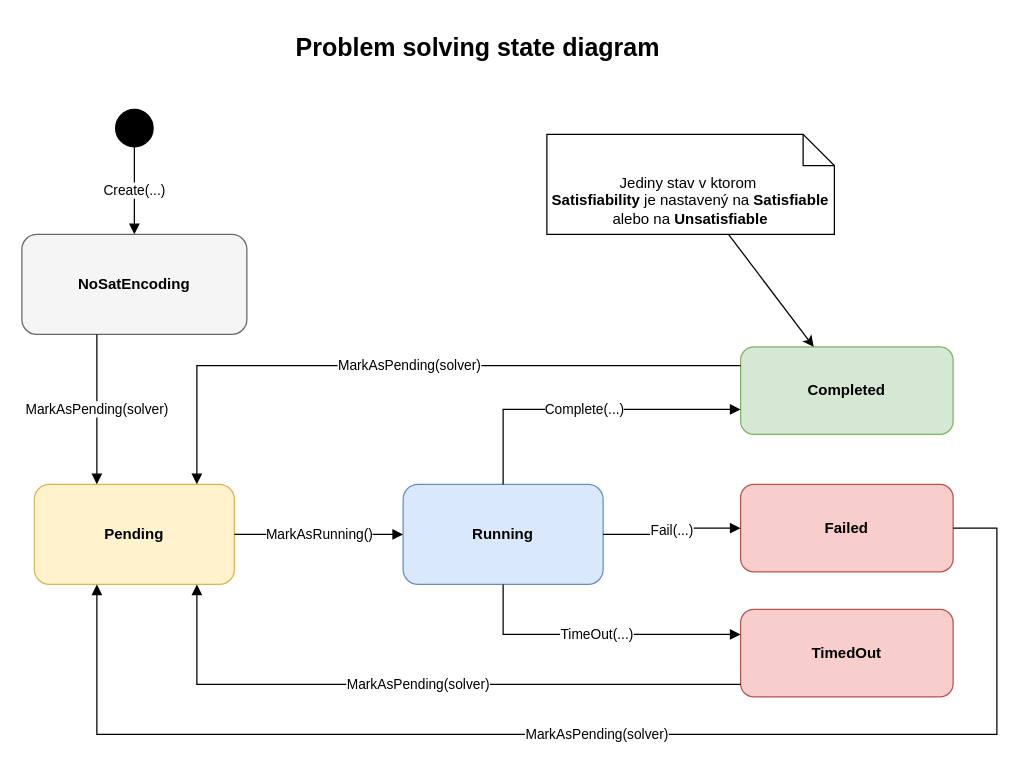
The draw.io diagram img/problem_state_diagram.drawio in vladyslav-pyrch/bc-thesis, before the edit. Source tidied: cells renumbered, new cells numbered last; positions are measured from the earlier drawing's top-left corner, leaving out a move shared by most shapes. Both pictures are drawn from the tidied source at 125%, with x=0, y=0 at pixel (21, 21).
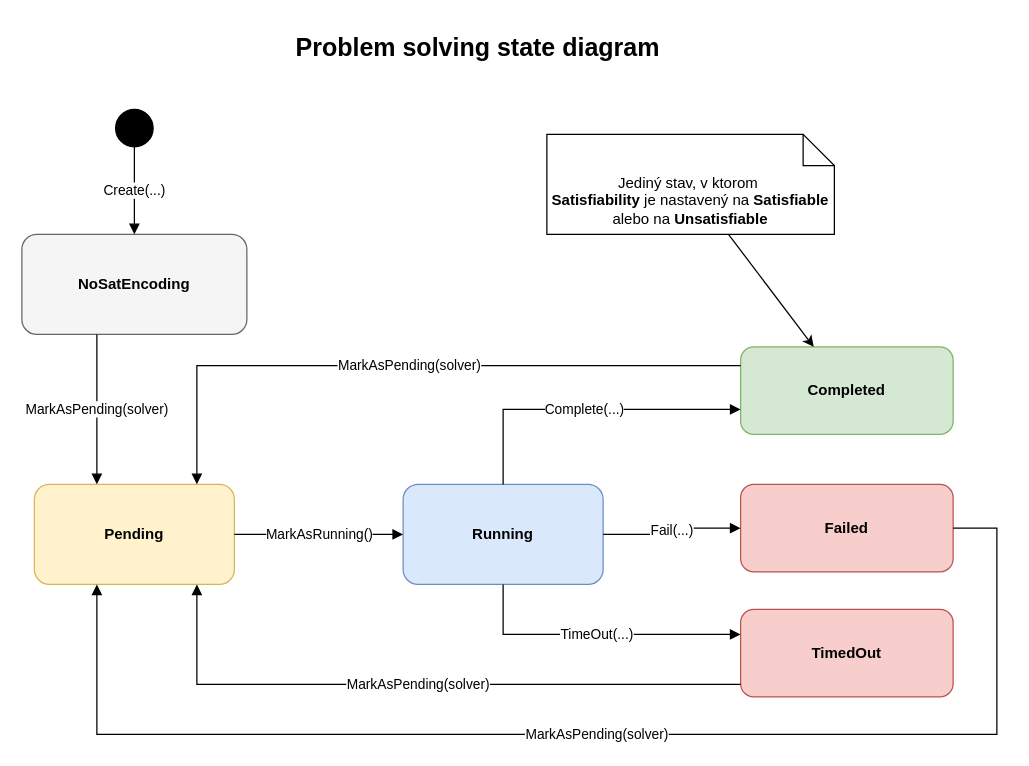
The same diagram, later.

Change to the diagram source:
```diff
@@
-    <mxCell id="20" value="Jediny stav v ktorom&amp;nbsp;&lt;div&gt;&lt;b&gt;Satisfiability&lt;/b&gt;&amp;nbsp;je nastavený na &lt;b&gt;Satisfiable &lt;/b&gt;alebo na &lt;b&gt;Unsatisfiable&lt;/b&gt;&lt;/div&gt;" style="shape=note2;boundedLbl=1;whiteSpace=wrap;html=1;size=25;verticalAlign=top;align=center;" parent="1" vertex="1">
+    <mxCell id="20" value="Jediný stav, v ktorom&amp;nbsp;&lt;div&gt;&lt;b&gt;Satisfiability&lt;/b&gt;&amp;nbsp;je nastavený na &lt;b&gt;Satisfiable &lt;/b&gt;alebo na &lt;b&gt;Unsatisfiable&lt;/b&gt;&lt;/div&gt;" style="shape=note2;boundedLbl=1;whiteSpace=wrap;html=1;size=25;verticalAlign=top;align=center;" parent="1" vertex="1">
       <mxGeometry x="420" y="90" width="230" height="80" as="geometry" />
     </mxCell>
```
